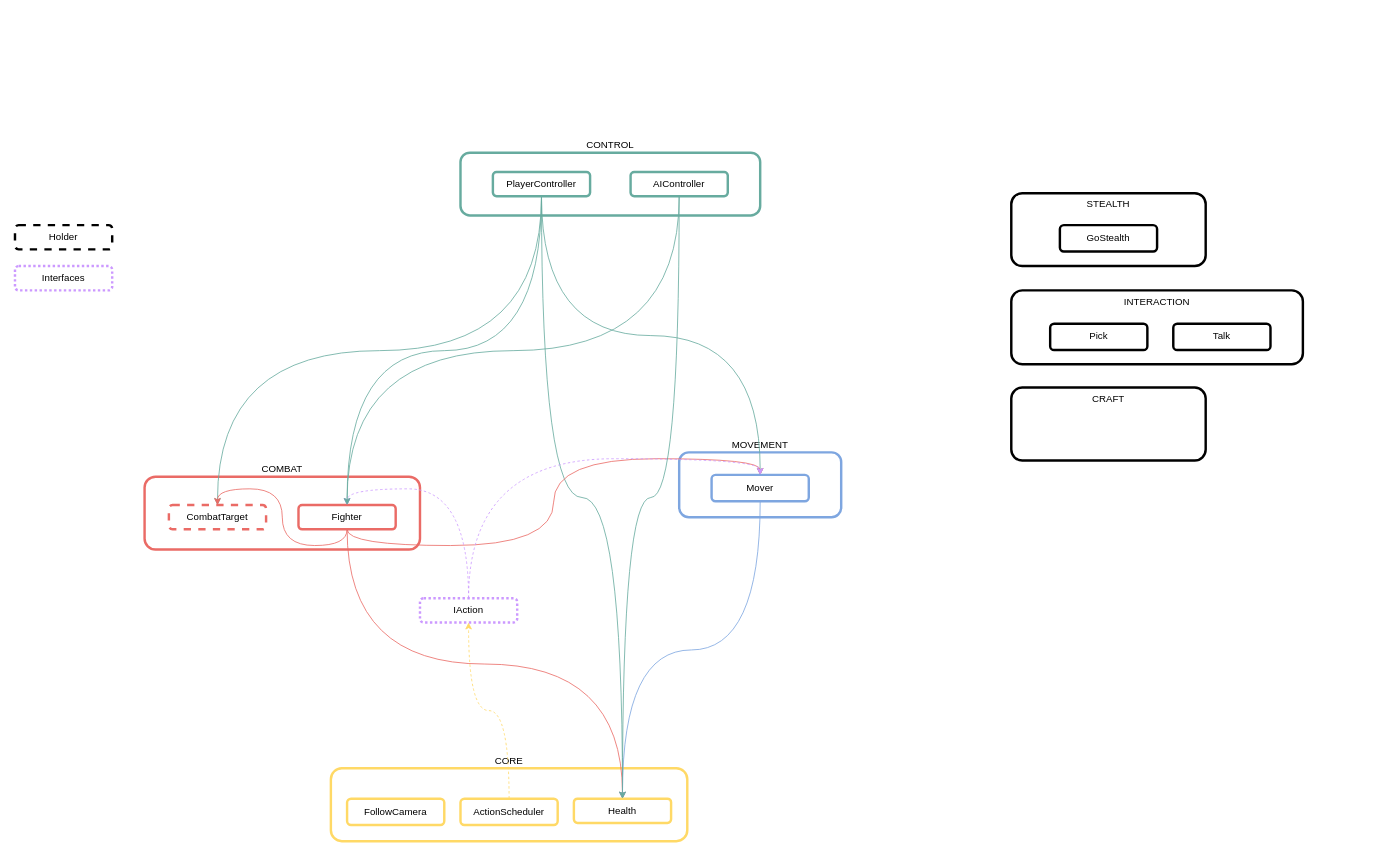
Before: _Docs/Architecture.drawio in rafaelmmedeiros/Mount-Mortem-Mystery, a draw.io diagram. Source tidied: cells renumbered, new cells numbered last; positions are measured from the earlier drawing's top-left corner, leaving out a move shared by most shapes. Both pictures are drawn from the tidied source at 81%, with x=0, y=0 at pixel (15, 152).
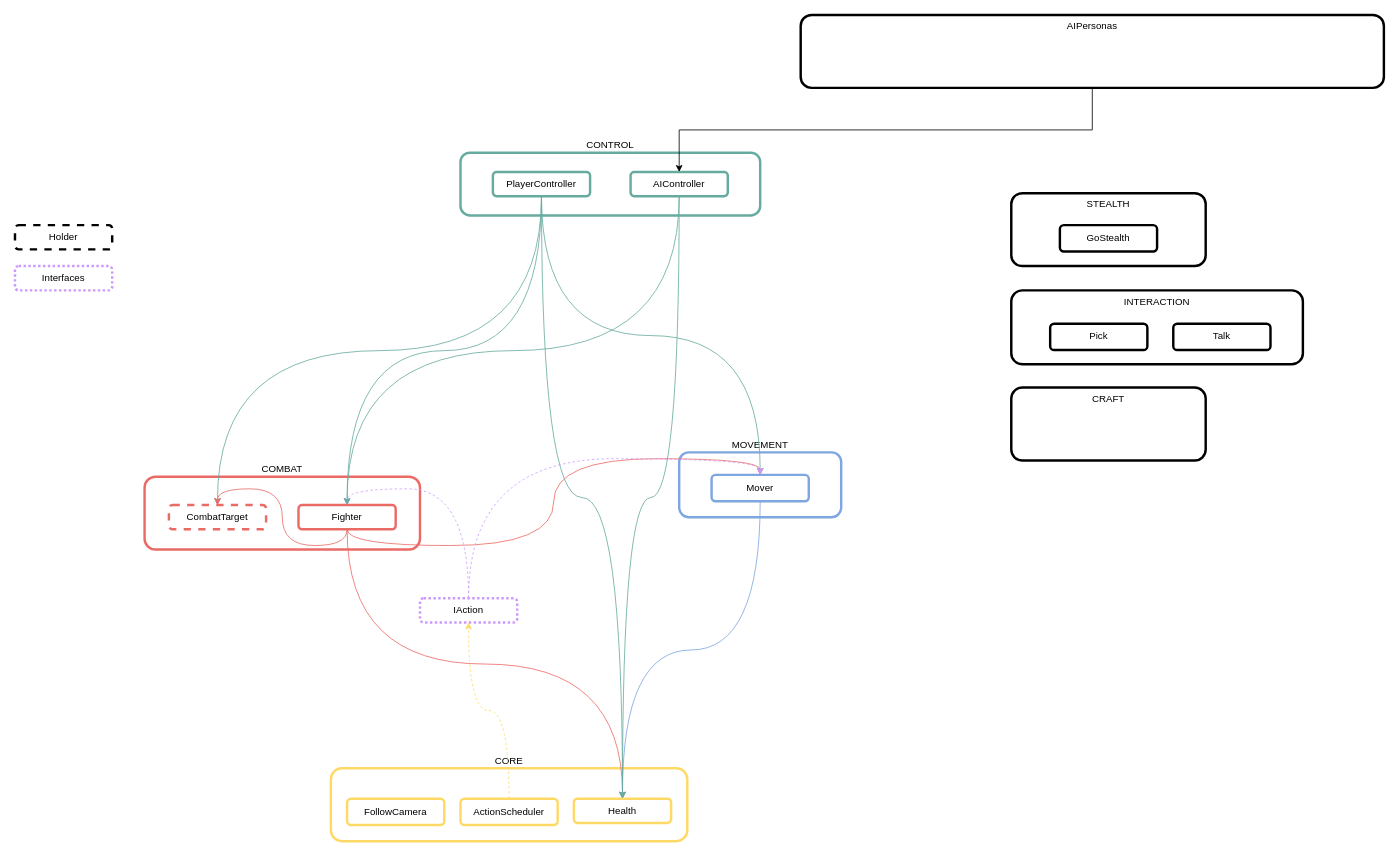
Above is the later version.

Unchanged cells that the change refers to:
```xml
<mxCell id="32" value="AIController" style="rounded=1;whiteSpace=wrap;html=1;strokeWidth=3;strokeColor=#67AB9F;" parent="1" vertex="1">
  <mxGeometry x="760" y="23.8" width="120" height="30" as="geometry" />
</mxCell>
```

What changed in the source:
```diff
@@
+    <mxCell id="36" style="edgeStyle=orthogonalEdgeStyle;rounded=0;jettySize=auto;html=1;exitX=0.5;exitY=1;exitDx=0;exitDy=0;" parent="1" edge="1" source="37" target="32">
+      <mxGeometry relative="1" as="geometry" />
+    </mxCell>
+    <mxCell id="37" value="AIPersonas" style="rounded=1;whiteSpace=wrap;html=1;strokeWidth=3;align=center;labelPosition=center;verticalLabelPosition=middle;verticalAlign=top;" parent="1" vertex="1">
+      <mxGeometry x="970" y="-170" width="720" height="90" as="geometry" />
+    </mxCell>
```
